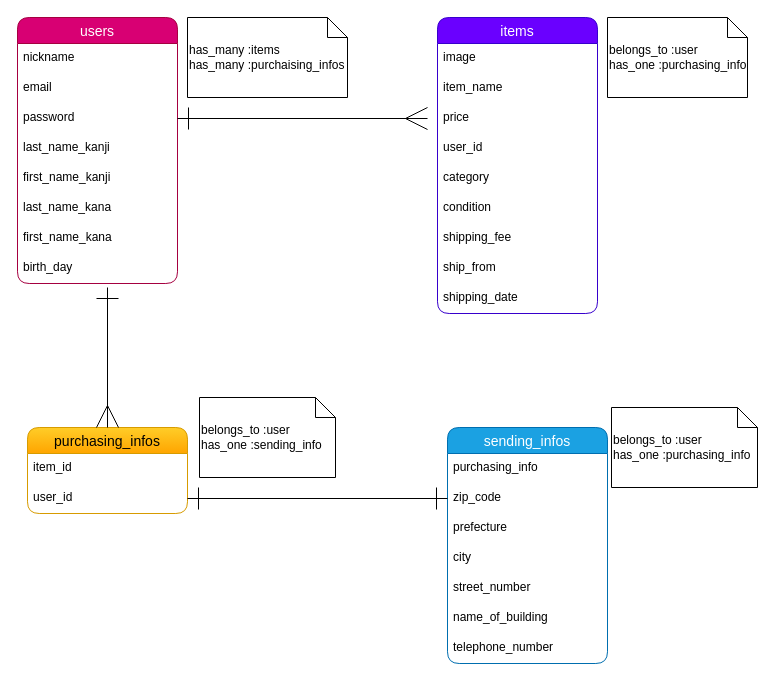
Above: page "ページ1" (1 of 2) of test.dio in mochiyama/furima-39655 (draw.io), before the change. Source tidied: cells renumbered, new cells numbered last; positions are measured from the earlier drawing's top-left corner, leaving out a move shared by most shapes. Both pictures are drawn from the tidied source at 100%, with x=0, y=0 at pixel (17, 17).
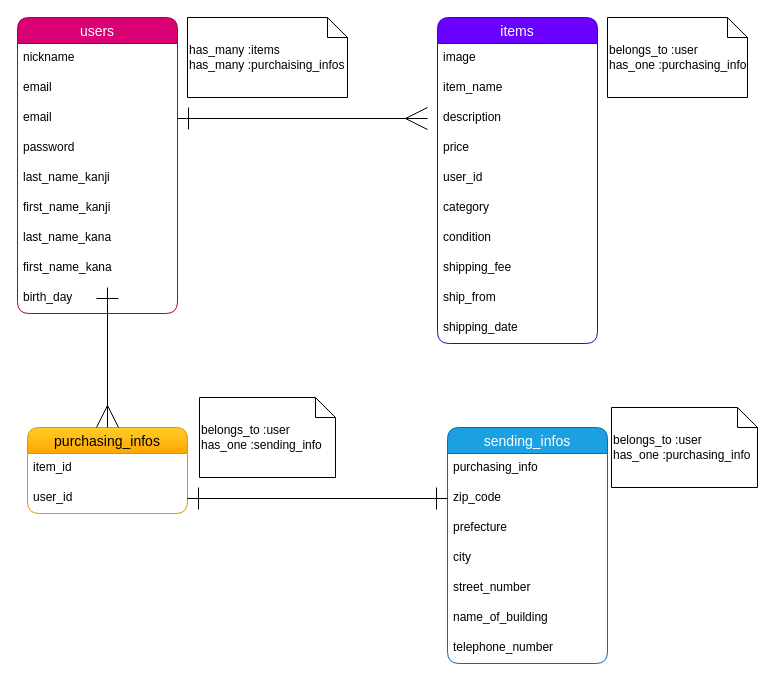
Above is the later version.

The edit, as a diff of the source:
```diff
@@
     <mxCell id="2" value="users" style="swimlane;fontStyle=0;horizontal=1;startSize=26;align=center;fontSize=14;fillColor=#d80073;strokeColor=#A50040;rounded=1;fontColor=#ffffff;" parent="1" vertex="1">
-      <mxGeometry width="160" height="266" as="geometry" />
+      <mxGeometry width="160" height="296" as="geometry" />
     </mxCell>
@@
+    <mxCell id="39" value="email" style="text;strokeColor=none;fillColor=none;spacingLeft=4;spacingRight=4;overflow=hidden;fontSize=12;rounded=1;" parent="2" vertex="1">
+      <mxGeometry y="56" width="160" height="30" as="geometry" />
+    </mxCell>
     <mxCell id="4" value="email" style="text;strokeColor=none;fillColor=none;spacingLeft=4;spacingRight=4;overflow=hidden;fontSize=12;rounded=1;" parent="2" vertex="1">
-      <mxGeometry y="56" width="160" height="30" as="geometry" />
+      <mxGeometry y="86" width="160" height="30" as="geometry" />
     </mxCell>
     <mxCell id="5" value="password" style="text;strokeColor=none;fillColor=none;spacingLeft=4;spacingRight=4;overflow=hidden;fontSize=12;rounded=1;" parent="2" vertex="1">
-      <mxGeometry y="86" width="160" height="30" as="geometry" />
+      <mxGeometry y="116" width="160" height="30" as="geometry" />
     </mxCell>
     <mxCell id="6" value="last_name_kanji" style="text;strokeColor=none;fillColor=none;spacingLeft=4;spacingRight=4;overflow=hidden;fontSize=12;" parent="2" vertex="1">
-      <mxGeometry y="116" width="160" height="30" as="geometry" />
+      <mxGeometry y="146" width="160" height="30" as="geometry" />
     </mxCell>
     <mxCell id="7" value="first_name_kanji" style="text;strokeColor=none;fillColor=none;spacingLeft=4;spacingRight=4;overflow=hidden;fontSize=12;" parent="2" vertex="1">
-      <mxGeometry y="146" width="160" height="30" as="geometry" />
+      <mxGeometry y="176" width="160" height="30" as="geometry" />
     </mxCell>
     <mxCell id="8" value="last_name_kana" style="text;strokeColor=none;fillColor=none;spacingLeft=4;spacingRight=4;overflow=hidden;fontSize=12;" parent="2" vertex="1">
-      <mxGeometry y="176" width="160" height="30" as="geometry" />
+      <mxGeometry y="206" width="160" height="30" as="geometry" />
     </mxCell>
     <mxCell id="9" value="first_name_kana" style="text;strokeColor=none;fillColor=none;spacingLeft=4;spacingRight=4;overflow=hidden;fontSize=12;" parent="2" vertex="1">
-      <mxGeometry y="206" width="160" height="30" as="geometry" />
+      <mxGeometry y="236" width="160" height="30" as="geometry" />
     </mxCell>
     <mxCell id="10" value="birth_day" style="text;strokeColor=none;fillColor=none;spacingLeft=4;spacingRight=4;overflow=hidden;fontSize=12;" parent="2" vertex="1">
-      <mxGeometry y="236" width="160" height="30" as="geometry" />
+      <mxGeometry y="266" width="160" height="30" as="geometry" />
     </mxCell>
     <mxCell id="11" value="items" style="swimlane;fontStyle=0;horizontal=1;startSize=26;align=center;fontSize=14;fillColor=#6a00ff;strokeColor=#3700CC;fontColor=#ffffff;rounded=1;" parent="1" vertex="1">
-      <mxGeometry x="420" width="160" height="296" as="geometry" />
+      <mxGeometry x="420" width="160" height="326" as="geometry" />
     </mxCell>
@@
+    <mxCell id="40" value="description" style="text;strokeColor=none;fillColor=none;spacingLeft=4;spacingRight=4;overflow=hidden;fontSize=12;" parent="11" vertex="1">
+      <mxGeometry y="86" width="160" height="30" as="geometry" />
+    </mxCell>
     <mxCell id="14" value="price" style="text;strokeColor=none;fillColor=none;spacingLeft=4;spacingRight=4;overflow=hidden;fontSize=12;rounded=1;" parent="11" vertex="1">
-      <mxGeometry y="86" width="160" height="30" as="geometry" />
+      <mxGeometry y="116" width="160" height="30" as="geometry" />
     </mxCell>
     <mxCell id="15" value="user_id" style="text;strokeColor=none;fillColor=none;spacingLeft=4;spacingRight=4;overflow=hidden;fontSize=12;rounded=1;" parent="11" vertex="1">
-      <mxGeometry y="116" width="160" height="30" as="geometry" />
+      <mxGeometry y="146" width="160" height="30" as="geometry" />
     </mxCell>
     <mxCell id="16" value="category" style="text;strokeColor=none;fillColor=none;spacingLeft=4;spacingRight=4;overflow=hidden;fontSize=12;rounded=1;" parent="11" vertex="1">
-      <mxGeometry y="146" width="160" height="30" as="geometry" />
+      <mxGeometry y="176" width="160" height="30" as="geometry" />
     </mxCell>
     <mxCell id="17" value="condition" style="text;strokeColor=none;fillColor=none;spacingLeft=4;spacingRight=4;overflow=hidden;fontSize=12;rounded=1;" parent="11" vertex="1">
-      <mxGeometry y="176" width="160" height="30" as="geometry" />
+      <mxGeometry y="206" width="160" height="30" as="geometry" />
     </mxCell>
     <mxCell id="18" value="shipping_fee" style="text;strokeColor=none;fillColor=none;spacingLeft=4;spacingRight=4;overflow=hidden;fontSize=12;rounded=1;" parent="11" vertex="1">
-      <mxGeometry y="206" width="160" height="30" as="geometry" />
+      <mxGeometry y="236" width="160" height="30" as="geometry" />
     </mxCell>
     <mxCell id="19" value="ship_from" style="text;strokeColor=none;fillColor=none;spacingLeft=4;spacingRight=4;overflow=hidden;fontSize=12;rounded=1;" parent="11" vertex="1">
-      <mxGeometry y="236" width="160" height="30" as="geometry" />
+      <mxGeometry y="266" width="160" height="30" as="geometry" />
     </mxCell>
     <mxCell id="20" value="shipping_date" style="text;strokeColor=none;fillColor=none;spacingLeft=4;spacingRight=4;overflow=hidden;fontSize=12;rounded=1;" parent="11" vertex="1">
-      <mxGeometry y="266" width="160" height="30" as="geometry" />
+      <mxGeometry y="296" width="160" height="30" as="geometry" />
     </mxCell>
```
